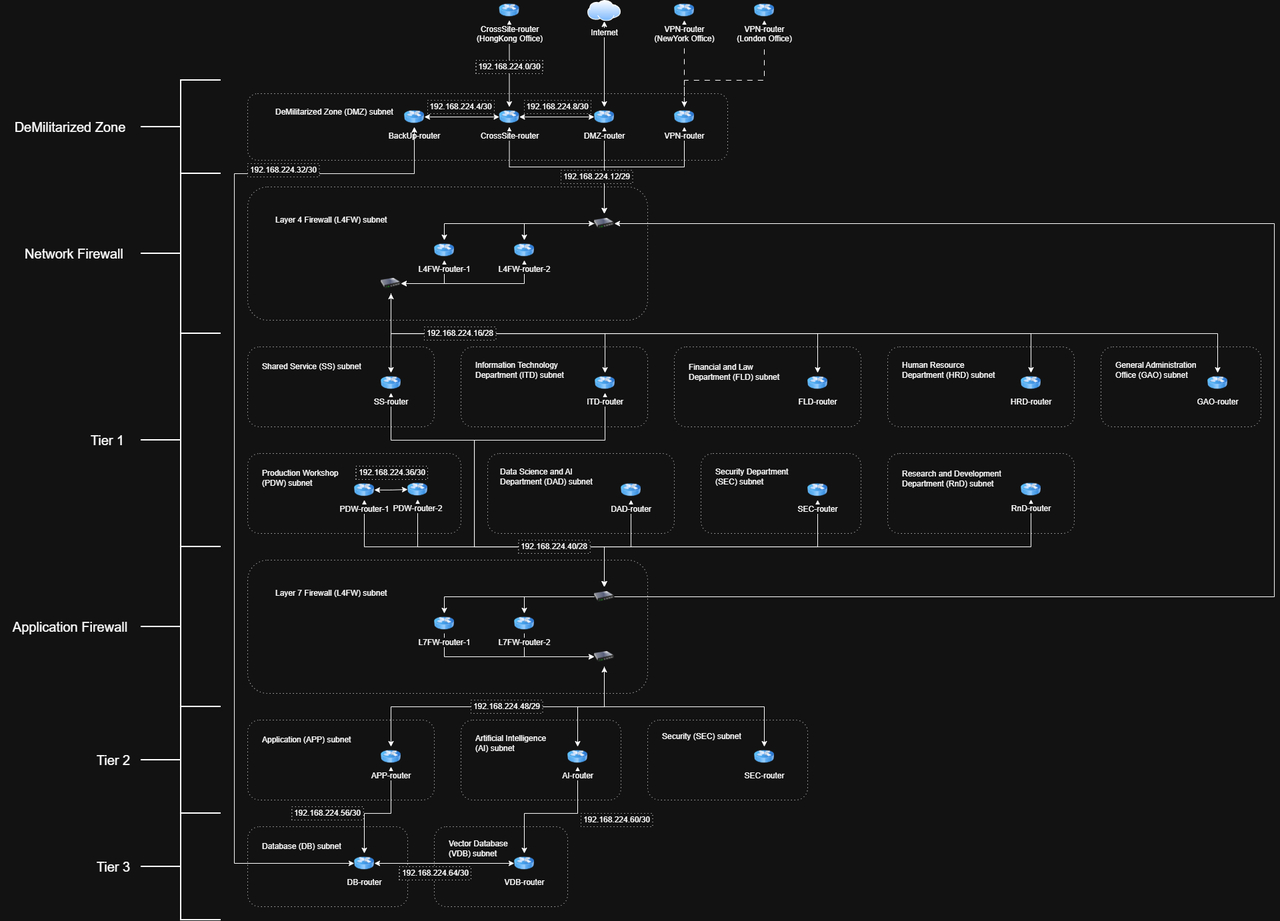
Before: drawio/Network-Beijing-router.drawio.png, a diagram exported from draw.io (aaassseee/SEHS3321-A02-G01). Source tidied: cells renumbered, new cells last; positions are measured from the earlier drawing's top-left corner, leaving out a move shared by most shapes.
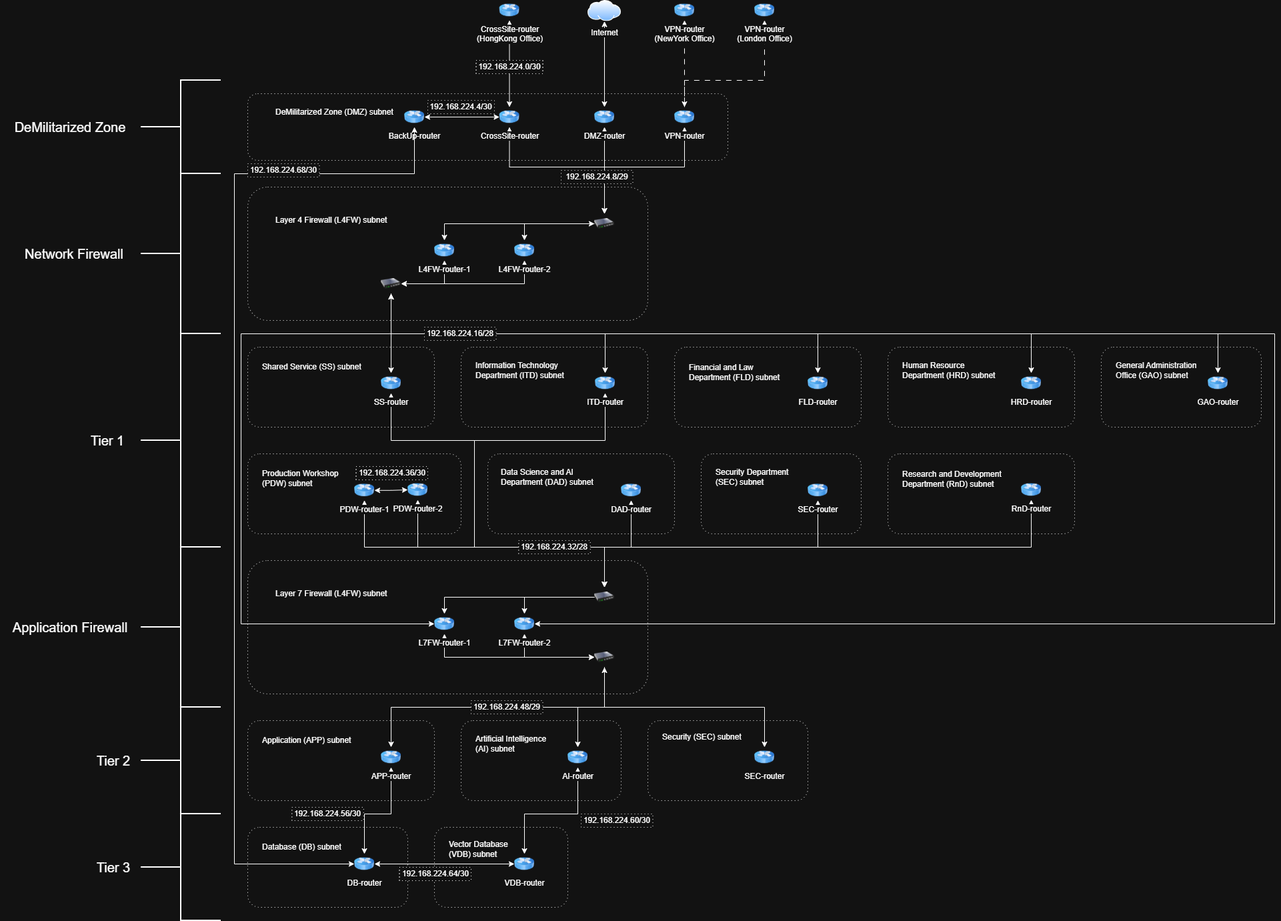
The same file after the commit.

Commit message:
update Beijing router CIDR

The edit, as a diff of the source:
```diff
@@ -2,18 +2,15 @@
   <root>
     <mxCell id="0" />
     <mxCell id="1" parent="0" />
+    <mxCell id="3" style="rounded=1;whiteSpace=wrap;html=1;fillColor=none;dashed=1;dashPattern=1 4;" parent="1" vertex="1">
+      <mxGeometry x="371" y="140" width="720" height="100" as="geometry" />
+    </mxCell>
     <mxCell id="2" style="rounded=1;whiteSpace=wrap;html=1;fillColor=none;dashed=1;dashPattern=1 4;" parent="1" vertex="1">
       <mxGeometry x="371" y="280" width="600" height="200" as="geometry" />
     </mxCell>
-    <mxCell id="3" style="rounded=1;whiteSpace=wrap;html=1;fillColor=none;dashed=1;dashPattern=1 4;" parent="1" vertex="1">
-      <mxGeometry x="371" y="140" width="720" height="100" as="geometry" />
-    </mxCell>
     <mxCell id="4" style="edgeStyle=orthogonalEdgeStyle;rounded=0;jettySize=auto;html=1;startArrow=classic;startFill=1;" parent="1" edge="1" source="7" target="8">
       <mxGeometry relative="1" as="geometry" />
     </mxCell>
-    <mxCell id="5" style="edgeStyle=orthogonalEdgeStyle;rounded=0;jettySize=auto;html=1;entryX=1;entryY=0.5;entryDx=0;entryDy=0;startArrow=classic;startFill=1;" parent="1" edge="1" source="7" target="16">
-      <mxGeometry relative="1" as="geometry" />
-    </mxCell>
     <mxCell id="6" style="edgeStyle=orthogonalEdgeStyle;rounded=0;jettySize=auto;html=1;startArrow=classic;startFill=1;" parent="1" edge="1" source="7" target="27">
       <mxGeometry relative="1" as="geometry" />
     </mxCell>
@@ -147,6 +144,15 @@
         </Array>
       </mxGeometry>
     </mxCell>
+    <mxCell id="129" style="edgeStyle=orthogonalEdgeStyle;rounded=0;jettySize=auto;html=1;entryX=0;entryY=0.5;entryDx=0;entryDy=0;startArrow=classic;startFill=1;" parent="1" edge="1" source="34" target="83">
+      <mxGeometry relative="1" as="geometry">
+        <Array as="points">
+          <mxPoint x="586" y="500" />
+          <mxPoint x="361" y="500" />
+          <mxPoint x="361" y="935" />
+        </Array>
+      </mxGeometry>
+    </mxCell>
     <mxCell id="34" style="image;html=1;image=img/lib/clip_art/networking/Switch_128x128.png;" parent="1" vertex="1">
       <mxGeometry x="571" y="410" width="30" height="30" as="geometry" />
     </mxCell>
@@ -330,7 +336,7 @@
     <mxCell id="81" style="rounded=1;whiteSpace=wrap;html=1;fillColor=none;dashed=1;dashPattern=1 4;" parent="1" vertex="1">
       <mxGeometry x="371" y="840" width="600" height="200" as="geometry" />
     </mxCell>
-    <mxCell id="82" style="edgeStyle=orthogonalEdgeStyle;rounded=0;jettySize=auto;html=1;entryX=0;entryY=0.5;entryDx=0;entryDy=0;" parent="1" edge="1" source="83" target="93">
+    <mxCell id="82" style="edgeStyle=orthogonalEdgeStyle;rounded=0;jettySize=auto;html=1;entryX=0;entryY=0.5;entryDx=0;entryDy=0;startArrow=classic;startFill=1;" parent="1" edge="1" source="83" target="93">
       <mxGeometry relative="1" as="geometry">
         <Array as="points">
           <mxPoint x="666" y="985" />
@@ -340,7 +346,7 @@
     <mxCell id="83" value="L7FW-router-1" style="image;html=1;image=img/lib/clip_art/networking/Router_Icon_128x128.png;" parent="1" vertex="1">
       <mxGeometry x="651" y="920" width="30" height="30" as="geometry" />
     </mxCell>
-    <mxCell id="84" style="edgeStyle=orthogonalEdgeStyle;rounded=0;jettySize=auto;html=1;entryX=0;entryY=0.5;entryDx=0;entryDy=0;" parent="1" edge="1" source="85" target="93">
+    <mxCell id="84" style="edgeStyle=orthogonalEdgeStyle;rounded=0;jettySize=auto;html=1;entryX=0;entryY=0.5;entryDx=0;entryDy=0;startArrow=classic;startFill=1;" parent="1" edge="1" source="85" target="93">
       <mxGeometry relative="1" as="geometry">
         <Array as="points">
           <mxPoint x="786" y="985" />
@@ -356,11 +362,12 @@
     <mxCell id="87" style="edgeStyle=orthogonalEdgeStyle;rounded=0;jettySize=auto;html=1;" parent="1" edge="1" source="89" target="85">
       <mxGeometry relative="1" as="geometry" />
     </mxCell>
-    <mxCell id="88" style="edgeStyle=orthogonalEdgeStyle;rounded=0;jettySize=auto;html=1;entryX=1;entryY=0.5;entryDx=0;entryDy=0;" parent="1" edge="1" source="89" target="27">
+    <mxCell id="88" style="edgeStyle=orthogonalEdgeStyle;rounded=0;jettySize=auto;html=1;entryX=0.5;entryY=1;entryDx=0;entryDy=0;exitX=1;exitY=0.5;exitDx=0;exitDy=0;startArrow=classic;startFill=1;" parent="1" edge="1" source="85" target="34">
       <mxGeometry relative="1" as="geometry">
         <Array as="points">
-          <mxPoint x="1911" y="895" />
-          <mxPoint x="1911" y="335" />
+          <mxPoint x="1911" y="935" />
+          <mxPoint x="1911" y="500" />
+          <mxPoint x="586" y="500" />
         </Array>
       </mxGeometry>
     </mxCell>
@@ -482,25 +489,22 @@
     <mxCell id="117" value="&lt;span style=&quot;line-height: 116%; font-family: Arial, sans-serif;&quot; lang=&quot;EN-GB&quot;&gt;&lt;font&gt;192.168.224.0/30&lt;/font&gt;&lt;/span&gt;" style="text;html=1;whiteSpace=wrap;strokeColor=default;fillColor=default;align=center;verticalAlign=middle;rounded=0;dashed=1;dashPattern=1 4;" parent="1" vertex="1">
       <mxGeometry x="713.5" y="90" width="100" height="20" as="geometry" />
     </mxCell>
-    <mxCell id="118" value="&lt;span style=&quot;line-height: 116%; font-family: Arial, sans-serif;&quot; lang=&quot;EN-GB&quot;&gt;&lt;font&gt;192.168.224.8/30&lt;/font&gt;&lt;/span&gt;" style="text;html=1;whiteSpace=wrap;strokeColor=default;fillColor=default;align=center;verticalAlign=middle;rounded=0;dashed=1;dashPattern=1 4;" parent="1" vertex="1">
-      <mxGeometry x="786" y="150" width="100" height="20" as="geometry" />
-    </mxCell>
     <mxCell id="119" value="&lt;span style=&quot;line-height: 116%; font-family: Arial, sans-serif;&quot; lang=&quot;EN-GB&quot;&gt;&lt;font&gt;192.168.224.4/30&lt;/font&gt;&lt;/span&gt;" style="text;html=1;whiteSpace=wrap;strokeColor=default;fillColor=default;align=center;verticalAlign=middle;rounded=0;dashed=1;dashPattern=1 4;" parent="1" vertex="1">
       <mxGeometry x="641" y="150" width="100" height="20" as="geometry" />
     </mxCell>
-    <mxCell id="120" value="&lt;span style=&quot;line-height: 116%; font-family: Arial, sans-serif;&quot; lang=&quot;EN-GB&quot;&gt;&lt;font&gt;192.168.224.12/29&lt;/font&gt;&lt;/span&gt;" style="text;html=1;whiteSpace=wrap;strokeColor=default;fillColor=default;align=center;verticalAlign=middle;rounded=0;dashed=1;dashPattern=1 4;" parent="1" vertex="1">
+    <mxCell id="120" value="&lt;span style=&quot;line-height: 116%; font-family: Arial, sans-serif;&quot; lang=&quot;EN-GB&quot;&gt;&lt;font&gt;192.168.224.8/29&lt;/font&gt;&lt;/span&gt;" style="text;html=1;whiteSpace=wrap;strokeColor=default;fillColor=default;align=center;verticalAlign=middle;rounded=0;dashed=1;dashPattern=1 4;" parent="1" vertex="1">
       <mxGeometry x="841" y="255" width="107.5" height="20" as="geometry" />
     </mxCell>
     <mxCell id="121" value="&lt;span style=&quot;line-height: 116%; font-family: Arial, sans-serif;&quot; lang=&quot;EN-GB&quot;&gt;&lt;font&gt;192.168.224.16/28&lt;/font&gt;&lt;/span&gt;" style="text;html=1;whiteSpace=wrap;strokeColor=default;fillColor=default;align=center;verticalAlign=middle;rounded=0;dashed=1;dashPattern=1 4;" parent="1" vertex="1">
       <mxGeometry x="636" y="490" width="107.5" height="20" as="geometry" />
     </mxCell>
-    <mxCell id="122" value="&lt;span style=&quot;line-height: 116%; font-family: Arial, sans-serif;&quot; lang=&quot;EN-GB&quot;&gt;&lt;font&gt;192.168.224.32/30&lt;/font&gt;&lt;/span&gt;" style="text;html=1;whiteSpace=wrap;strokeColor=default;fillColor=default;align=center;verticalAlign=middle;rounded=0;dashed=1;dashPattern=1 4;" parent="1" vertex="1">
+    <mxCell id="122" value="&lt;span style=&quot;line-height: 116%; font-family: Arial, sans-serif;&quot; lang=&quot;EN-GB&quot;&gt;&lt;font&gt;192.168.224.68/30&lt;/font&gt;&lt;/span&gt;" style="text;html=1;whiteSpace=wrap;strokeColor=default;fillColor=default;align=center;verticalAlign=middle;rounded=0;dashed=1;dashPattern=1 4;" parent="1" vertex="1">
       <mxGeometry x="371" y="245" width="107.5" height="20" as="geometry" />
     </mxCell>
     <mxCell id="123" value="&lt;span style=&quot;line-height: 116%; font-family: Arial, sans-serif;&quot; lang=&quot;EN-GB&quot;&gt;&lt;font&gt;192.168.224.36/30&lt;/font&gt;&lt;/span&gt;" style="text;html=1;whiteSpace=wrap;strokeColor=default;fillColor=default;align=center;verticalAlign=middle;rounded=0;dashed=1;dashPattern=1 4;" parent="1" vertex="1">
       <mxGeometry x="533.5" y="699" width="107.5" height="20" as="geometry" />
     </mxCell>
-    <mxCell id="124" value="&lt;span style=&quot;line-height: 116%; font-family: Arial, sans-serif;&quot; lang=&quot;EN-GB&quot;&gt;&lt;font&gt;192.168.224.40/28&lt;/font&gt;&lt;/span&gt;" style="text;html=1;whiteSpace=wrap;strokeColor=default;fillColor=default;align=center;verticalAlign=middle;rounded=0;dashed=1;dashPattern=1 4;" parent="1" vertex="1">
+    <mxCell id="124" value="&lt;span style=&quot;line-height: 116%; font-family: Arial, sans-serif;&quot; lang=&quot;EN-GB&quot;&gt;&lt;font&gt;192.168.224.32/28&lt;/font&gt;&lt;/span&gt;" style="text;html=1;whiteSpace=wrap;strokeColor=default;fillColor=default;align=center;verticalAlign=middle;rounded=0;dashed=1;dashPattern=1 4;" parent="1" vertex="1">
       <mxGeometry x="777.2" y="810" width="107.5" height="20" as="geometry" />
     </mxCell>
     <mxCell id="125" value="&lt;span style=&quot;line-height: 116%; font-family: Arial, sans-serif;&quot; lang=&quot;EN-GB&quot;&gt;&lt;font&gt;192.168.224.48/29&lt;/font&gt;&lt;/span&gt;" style="text;html=1;whiteSpace=wrap;strokeColor=default;fillColor=default;align=center;verticalAlign=middle;rounded=0;dashed=1;dashPattern=1 4;" parent="1" vertex="1">
```
